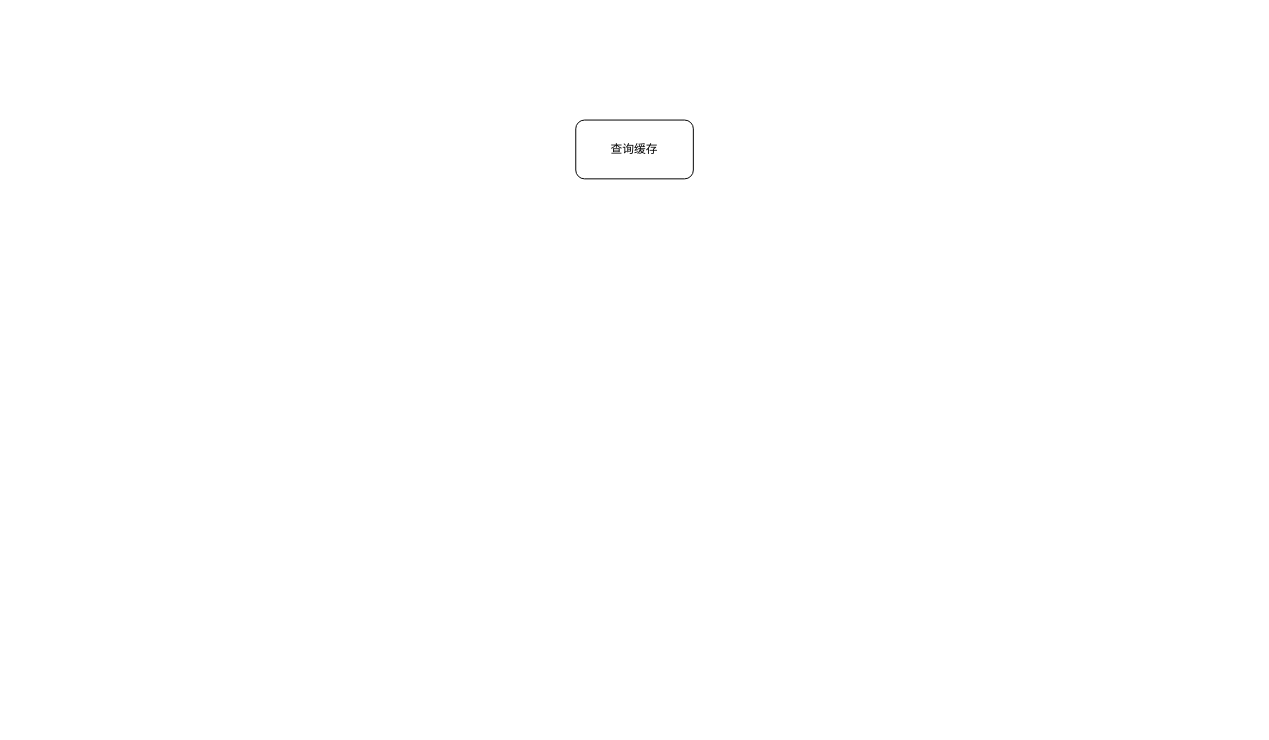
This is mysql/索引/mysql查询流程.drawio from xiaolincoder/ImageHost4, a draw.io file, before an edit. Source tidied: cells renumbered, new cells numbered last; positions are measured from the earlier drawing's top-left corner, leaving out a move shared by most shapes. Both pictures are drawn from the tidied source at 98%, with x=0, y=0 at pixel (575, 120).
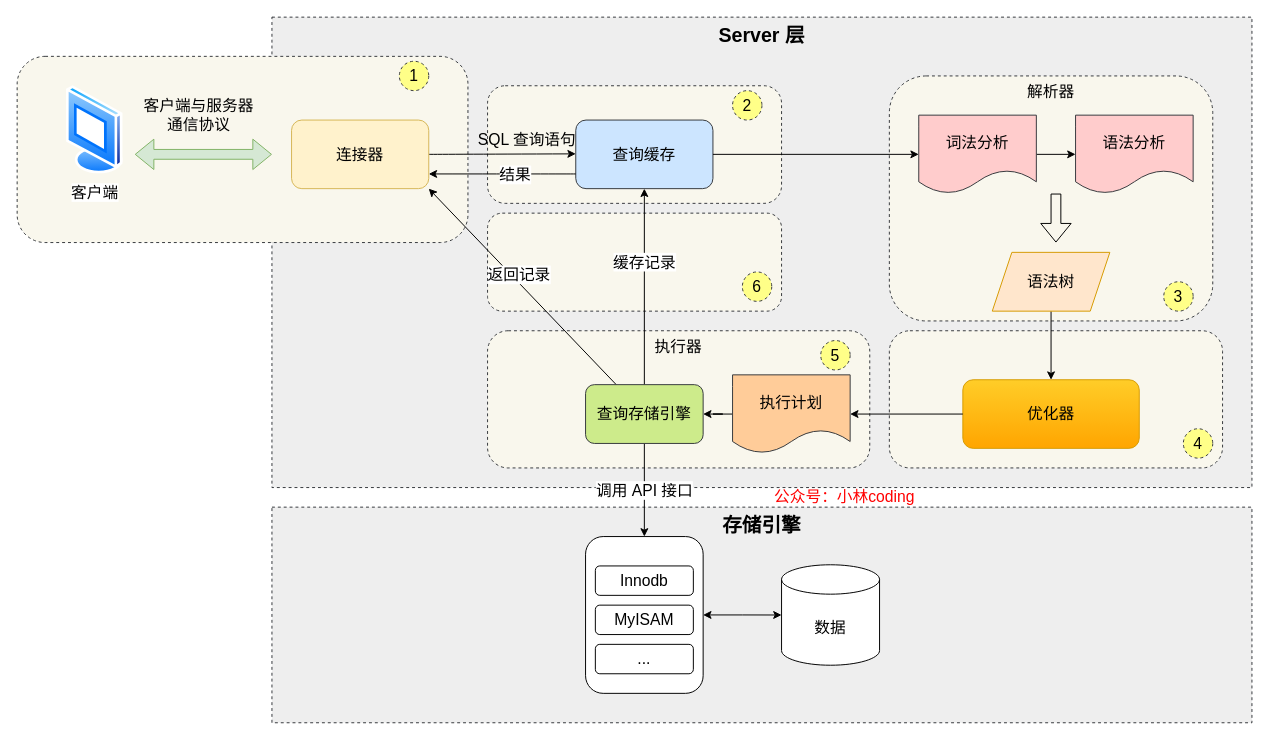
After the change.

What changed in the source:
```diff
@@
+    <mxCell id="3" value="Server 层" style="rounded=0;whiteSpace=wrap;html=1;fontSize=20;dashed=1;verticalAlign=top;fontStyle=1;fillColor=#eeeeee;strokeColor=#36393d;" parent="1" vertex="1">
+      <mxGeometry x="-310" y="-105" width="1000" height="480" as="geometry" />
+    </mxCell>
+    <mxCell id="4" style="rounded=1;whiteSpace=wrap;html=1;dashed=1;fontSize=16;fillColor=#f9f7ed;strokeColor=#36393d;" parent="1" vertex="1">
+      <mxGeometry x="-570" y="-65" width="460" height="190" as="geometry" />
+    </mxCell>
+    <mxCell id="5" style="rounded=1;whiteSpace=wrap;html=1;fontSize=16;verticalAlign=top;fillColor=#f9f7ed;strokeColor=#36393d;dashed=1;" parent="1" vertex="1">
+      <mxGeometry x="320" y="215" width="340" height="140" as="geometry" />
+    </mxCell>
+    <mxCell id="6" style="rounded=1;whiteSpace=wrap;html=1;dashed=1;fontSize=16;fillColor=#f9f7ed;strokeColor=#36393d;" parent="1" vertex="1">
+      <mxGeometry x="-90" y="95" width="300" height="100" as="geometry" />
+    </mxCell>
+    <mxCell id="7" style="rounded=1;whiteSpace=wrap;html=1;dashed=1;fontSize=16;fillColor=#f9f7ed;strokeColor=#36393d;" parent="1" vertex="1">
+      <mxGeometry x="-90" y="-35" width="300" height="120" as="geometry" />
+    </mxCell>
+    <mxCell id="8" value="执行器" style="rounded=1;whiteSpace=wrap;html=1;fontSize=16;verticalAlign=top;fillColor=#f9f7ed;strokeColor=#36393d;dashed=1;" parent="1" vertex="1">
+      <mxGeometry x="-90" y="215" width="390" height="140" as="geometry" />
+    </mxCell>
+    <mxCell id="9" value="存储引擎" style="rounded=0;whiteSpace=wrap;html=1;fontSize=20;horizontal=1;fontStyle=1;dashed=1;verticalAlign=top;fillColor=#eeeeee;strokeColor=#36393d;" parent="1" vertex="1">
+      <mxGeometry x="-310" y="395" width="1000" height="220" as="geometry" />
+    </mxCell>
-    <mxCell id="2" value="查询缓存" style="rounded=1;whiteSpace=wrap;html=1;" parent="1" vertex="1">
-      <mxGeometry width="120" height="60" as="geometry" />
+    <mxCell id="2" value="查询缓存" style="rounded=1;whiteSpace=wrap;html=1;fontSize=16;fillColor=#cce5ff;strokeColor=#36393d;" parent="1" vertex="1">
+      <mxGeometry width="140" height="70" as="geometry" />
     </mxCell>
+    <mxCell id="10" value="解析器" style="rounded=1;whiteSpace=wrap;html=1;fontSize=16;verticalAlign=top;fillColor=#f9f7ed;strokeColor=#36393d;dashed=1;" parent="1" vertex="1">
+      <mxGeometry x="320" y="-45" width="330" height="250" as="geometry" />
+    </mxCell>
+    <mxCell id="11" value="优化器" style="rounded=1;whiteSpace=wrap;html=1;fontSize=16;fillColor=#ffcd28;strokeColor=#d79b00;gradientColor=#ffa500;" parent="1" vertex="1">
+      <mxGeometry x="395" y="265" width="180" height="70" as="geometry" />
+    </mxCell>
+    <mxCell id="12" style="edgeStyle=orthogonalEdgeStyle;rounded=0;jettySize=auto;html=1;entryX=1;entryY=0.5;entryDx=0;entryDy=0;fontSize=16;" parent="1" edge="1" source="13" target="23">
+      <mxGeometry relative="1" as="geometry" />
+    </mxCell>
+    <mxCell id="13" value="执行计划" style="shape=document;whiteSpace=wrap;html=1;boundedLbl=1;fontSize=16;fillColor=#ffcc99;strokeColor=#36393d;" parent="1" vertex="1">
+      <mxGeometry x="160" y="260" width="120" height="80" as="geometry" />
+    </mxCell>
+    <mxCell id="14" style="edgeStyle=orthogonalEdgeStyle;rounded=0;jettySize=auto;html=1;entryX=0;entryY=0.5;entryDx=0;entryDy=0;fontSize=16;" parent="1" edge="1" source="15" target="16">
+      <mxGeometry relative="1" as="geometry" />
+    </mxCell>
+    <mxCell id="15" value="词法分析" style="shape=document;whiteSpace=wrap;html=1;boundedLbl=1;fontSize=16;fillColor=#ffcccc;strokeColor=#36393d;" parent="1" vertex="1">
+      <mxGeometry x="350" y="-5" width="120" height="80" as="geometry" />
+    </mxCell>
+    <mxCell id="16" value="语法分析" style="shape=document;whiteSpace=wrap;html=1;boundedLbl=1;fontSize=16;fillColor=#ffcccc;strokeColor=#36393d;" parent="1" vertex="1">
+      <mxGeometry x="510" y="-5" width="120" height="80" as="geometry" />
+    </mxCell>
+    <mxCell id="17" style="edgeStyle=orthogonalEdgeStyle;rounded=0;jettySize=auto;html=1;entryX=0.5;entryY=0;entryDx=0;entryDy=0;fontSize=16;" parent="1" edge="1" source="18" target="11">
+      <mxGeometry relative="1" as="geometry" />
+    </mxCell>
+    <mxCell id="18" value="语法树" style="shape=parallelogram;perimeter=parallelogramPerimeter;whiteSpace=wrap;html=1;fixedSize=1;fontSize=16;fillColor=#ffe6cc;strokeColor=#d79b00;" parent="1" vertex="1">
+      <mxGeometry x="425" y="135" width="120" height="60" as="geometry" />
+    </mxCell>
+    <mxCell id="19" value="缓存记录" style="edgeStyle=orthogonalEdgeStyle;rounded=0;jettySize=auto;html=1;fontSize=16;" parent="1" edge="1" source="23" target="2">
+      <mxGeometry x="0.25" relative="1" as="geometry" />
+    </mxCell>
+    <mxCell id="20" value="调用 API 接口" style="edgeStyle=orthogonalEdgeStyle;rounded=0;jettySize=auto;html=1;fontSize=16;" parent="1" edge="1" source="23" target="28">
+      <mxGeometry relative="1" as="geometry" />
+    </mxCell>
+    <mxCell id="21" style="rounded=0;jettySize=auto;html=1;fontSize=16;startArrow=none;startFill=0;entryX=1;entryY=1;entryDx=0;entryDy=0;" parent="1" edge="1" source="23" target="47">
+      <mxGeometry relative="1" as="geometry" />
+    </mxCell>
+    <mxCell id="22" value="返回记录" style="edgeLabel;html=1;align=center;verticalAlign=middle;fontSize=16;" parent="21" vertex="1">
+      <mxGeometry x="-0.01" y="-15" relative="1" as="geometry">
+        <mxPoint x="-16" y="-3" as="offset" />
+      </mxGeometry>
+    </mxCell>
+    <mxCell id="23" value="查询存储引擎" style="rounded=1;whiteSpace=wrap;html=1;fontSize=16;fillColor=#cdeb8b;strokeColor=#36393d;" parent="1" vertex="1">
+      <mxGeometry x="10" y="270" width="120" height="60" as="geometry" />
+    </mxCell>
+    <mxCell id="24" style="edgeStyle=orthogonalEdgeStyle;rounded=0;jettySize=auto;html=1;fontSize=16;" parent="1" edge="1" source="2" target="15">
+      <mxGeometry relative="1" as="geometry" />
+    </mxCell>
+    <mxCell id="25" style="shape=flexArrow;endArrow=classic;html=1;rounded=0;fontSize=16;" parent="1" edge="1">
+      <mxGeometry relative="1" as="geometry">
+        <mxPoint x="490" y="75" as="sourcePoint" />
+        <mxPoint x="490" y="125" as="targetPoint" />
+      </mxGeometry>
+    </mxCell>
+    <mxCell id="26" style="edgeStyle=orthogonalEdgeStyle;rounded=0;jettySize=auto;html=1;entryX=1;entryY=0.5;entryDx=0;entryDy=0;fontSize=16;" parent="1" edge="1" source="11" target="13">
+      <mxGeometry relative="1" as="geometry" />
+    </mxCell>
+    <mxCell id="27" style="edgeStyle=orthogonalEdgeStyle;rounded=0;jettySize=auto;html=1;entryX=0;entryY=0.5;entryDx=0;entryDy=0;entryPerimeter=0;fontSize=16;startArrow=classic;startFill=1;" parent="1" edge="1" source="28" target="32">
+      <mxGeometry relative="1" as="geometry" />
+    </mxCell>
+    <mxCell id="28" style="rounded=1;whiteSpace=wrap;html=1;fontSize=16;" parent="1" vertex="1">
+      <mxGeometry x="10" y="425" width="120" height="160" as="geometry" />
+    </mxCell>
+    <mxCell id="29" value="Innodb" style="rounded=1;whiteSpace=wrap;html=1;fontSize=16;" parent="1" vertex="1">
+      <mxGeometry x="20" y="455" width="100" height="30" as="geometry" />
+    </mxCell>
+    <mxCell id="30" value="MyISAM" style="rounded=1;whiteSpace=wrap;html=1;fontSize=16;" parent="1" vertex="1">
+      <mxGeometry x="20" y="495" width="100" height="30" as="geometry" />
+    </mxCell>
+    <mxCell id="31" value="..." style="rounded=1;whiteSpace=wrap;html=1;fontSize=16;" parent="1" vertex="1">
+      <mxGeometry x="20" y="535" width="100" height="30" as="geometry" />
+    </mxCell>
+    <mxCell id="32" value="数据" style="shape=cylinder3;whiteSpace=wrap;html=1;boundedLbl=1;backgroundOutline=1;size=15;fontSize=16;" parent="1" vertex="1">
+      <mxGeometry x="210" y="453.8" width="100" height="102.5" as="geometry" />
+    </mxCell>
+    <mxCell id="33" value="客户端" style="perimeter=ellipsePerimeter;html=1;align=center;shadow=0;dashed=0;spacingTop=3;image;image=img/lib/active_directory/vista_terminal.svg;fontSize=16;" parent="1" vertex="1">
+      <mxGeometry x="-520" y="-35" width="58.5" height="90" as="geometry" />
+    </mxCell>
+    <mxCell id="34" value="客户端与服务器&lt;br&gt;通信协议" style="text;html=1;align=center;verticalAlign=middle;strokeColor=none;fillColor=none;fontSize=16;" parent="1" vertex="1">
+      <mxGeometry x="-450" y="-25" width="130" height="40" as="geometry" />
+    </mxCell>
+    <mxCell id="35" style="shape=flexArrow;endArrow=classic;startArrow=classic;html=1;rounded=0;fontSize=16;fillColor=#d5e8d4;strokeColor=#82b366;" parent="1" edge="1">
+      <mxGeometry relative="1" as="geometry">
+        <mxPoint x="-450" y="35" as="sourcePoint" />
+        <mxPoint x="-310" y="35" as="targetPoint" />
+      </mxGeometry>
+    </mxCell>
+    <mxCell id="36" style="endArrow=classic;html=1;rounded=0;fontSize=16;curved=1;exitX=1;exitY=0.5;exitDx=0;exitDy=0;" parent="1" edge="1" source="47">
+      <mxGeometry relative="1" as="geometry">
+        <mxPoint y="34.5" as="targetPoint" />
+      </mxGeometry>
+    </mxCell>
+    <mxCell id="37" value="SQL 查询语句" style="text;html=1;align=center;verticalAlign=middle;strokeColor=none;fillColor=none;fontSize=16;" parent="1" vertex="1">
+      <mxGeometry x="-110" y="10" width="120" height="20" as="geometry" />
+    </mxCell>
+    <mxCell id="38" style="endArrow=classic;html=1;rounded=0;fontSize=16;curved=1;" parent="1" edge="1">
+      <mxGeometry relative="1" as="geometry">
+        <mxPoint y="55" as="sourcePoint" />
+        <mxPoint x="-150" y="55" as="targetPoint" />
+      </mxGeometry>
+    </mxCell>
+    <mxCell id="39" value="结果" style="edgeLabel;html=1;align=center;verticalAlign=middle;fontSize=16;" parent="38" vertex="1">
+      <mxGeometry x="-0.24" y="1" relative="1" as="geometry">
+        <mxPoint x="-6" y="-1" as="offset" />
+      </mxGeometry>
+    </mxCell>
+    <mxCell id="40" value="1" style="ellipse;whiteSpace=wrap;html=1;dashed=1;fontSize=16;fillColor=#ffff88;strokeColor=#36393d;" parent="1" vertex="1">
+      <mxGeometry x="-180" y="-60" width="30" height="30" as="geometry" />
+    </mxCell>
+    <mxCell id="41" value="2" style="ellipse;whiteSpace=wrap;html=1;dashed=1;fontSize=16;fillColor=#ffff88;strokeColor=#36393d;" parent="1" vertex="1">
+      <mxGeometry x="160" y="-30" width="30" height="30" as="geometry" />
+    </mxCell>
+    <mxCell id="42" value="3" style="ellipse;whiteSpace=wrap;html=1;dashed=1;fontSize=16;fillColor=#ffff88;strokeColor=#36393d;" parent="1" vertex="1">
+      <mxGeometry x="600" y="165" width="30" height="30" as="geometry" />
+    </mxCell>
+    <mxCell id="43" value="4" style="ellipse;whiteSpace=wrap;html=1;dashed=1;fontSize=16;fillColor=#ffff88;strokeColor=#36393d;" parent="1" vertex="1">
+      <mxGeometry x="620" y="315" width="30" height="30" as="geometry" />
+    </mxCell>
+    <mxCell id="44" value="5" style="ellipse;whiteSpace=wrap;html=1;dashed=1;fontSize=16;fillColor=#ffff88;strokeColor=#36393d;" parent="1" vertex="1">
+      <mxGeometry x="250" y="225" width="30" height="30" as="geometry" />
+    </mxCell>
+    <mxCell id="45" value="6" style="ellipse;whiteSpace=wrap;html=1;dashed=1;fontSize=16;fillColor=#ffff88;strokeColor=#36393d;" parent="1" vertex="1">
+      <mxGeometry x="170" y="155" width="30" height="30" as="geometry" />
+    </mxCell>
+    <mxCell id="46" value="公众号：小林coding" style="text;html=1;align=center;verticalAlign=middle;fontSize=16;dashed=1;fontColor=#FF0000;" parent="1" vertex="1">
+      <mxGeometry x="194" y="374" width="160" height="20" as="geometry" />
+    </mxCell>
+    <mxCell id="47" value="连接器" style="rounded=1;whiteSpace=wrap;html=1;fontSize=16;fillColor=#fff2cc;strokeColor=#d6b656;" parent="1" vertex="1">
+      <mxGeometry x="-290" width="140" height="70" as="geometry" />
+    </mxCell>
```
